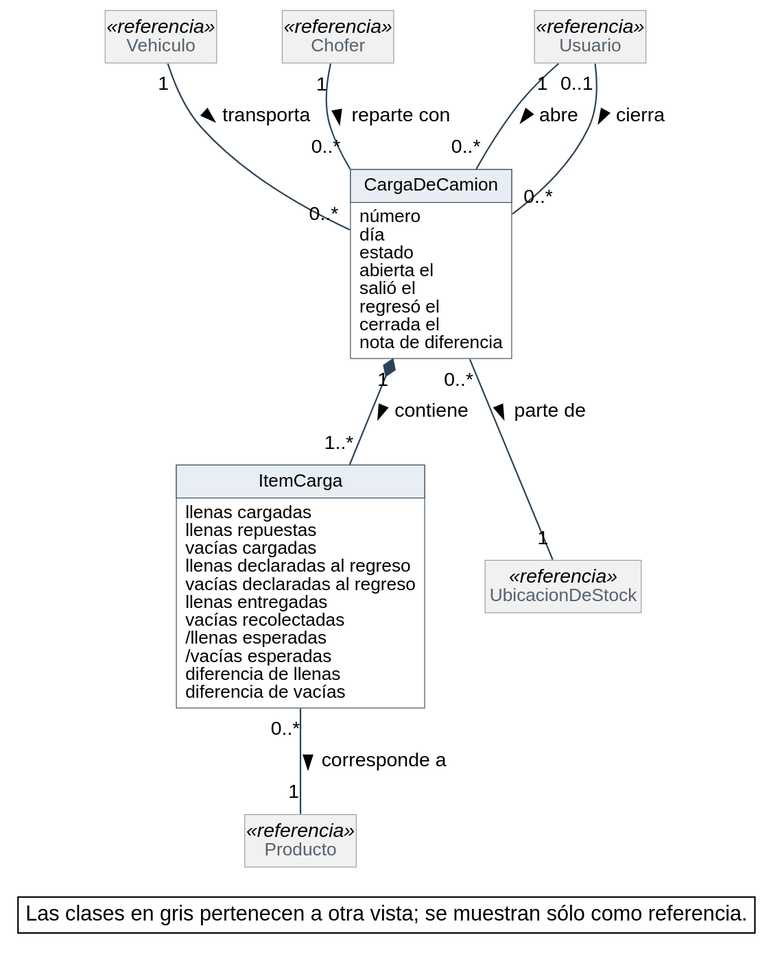
The PlantUML diagram diagramas/modelo-conceptual/MC_Carga-del-camion.svg in Nahuelito-Dev/splg-docs, before a commit.
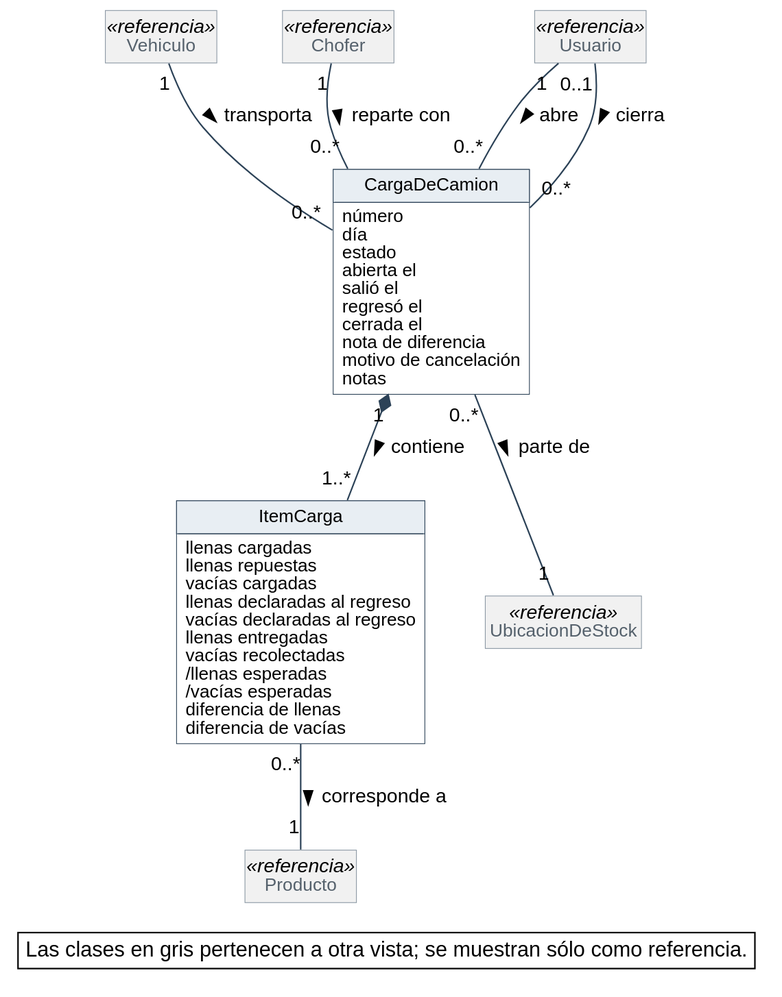
Above is the later version.

What changed in the source:
```diff
@@ -44,6 +44,8 @@
   regresó el
   cerrada el
   nota de diferencia
+  motivo de cancelación
+  notas
 }
 class ItemCarga {
   llenas cargadas
```
